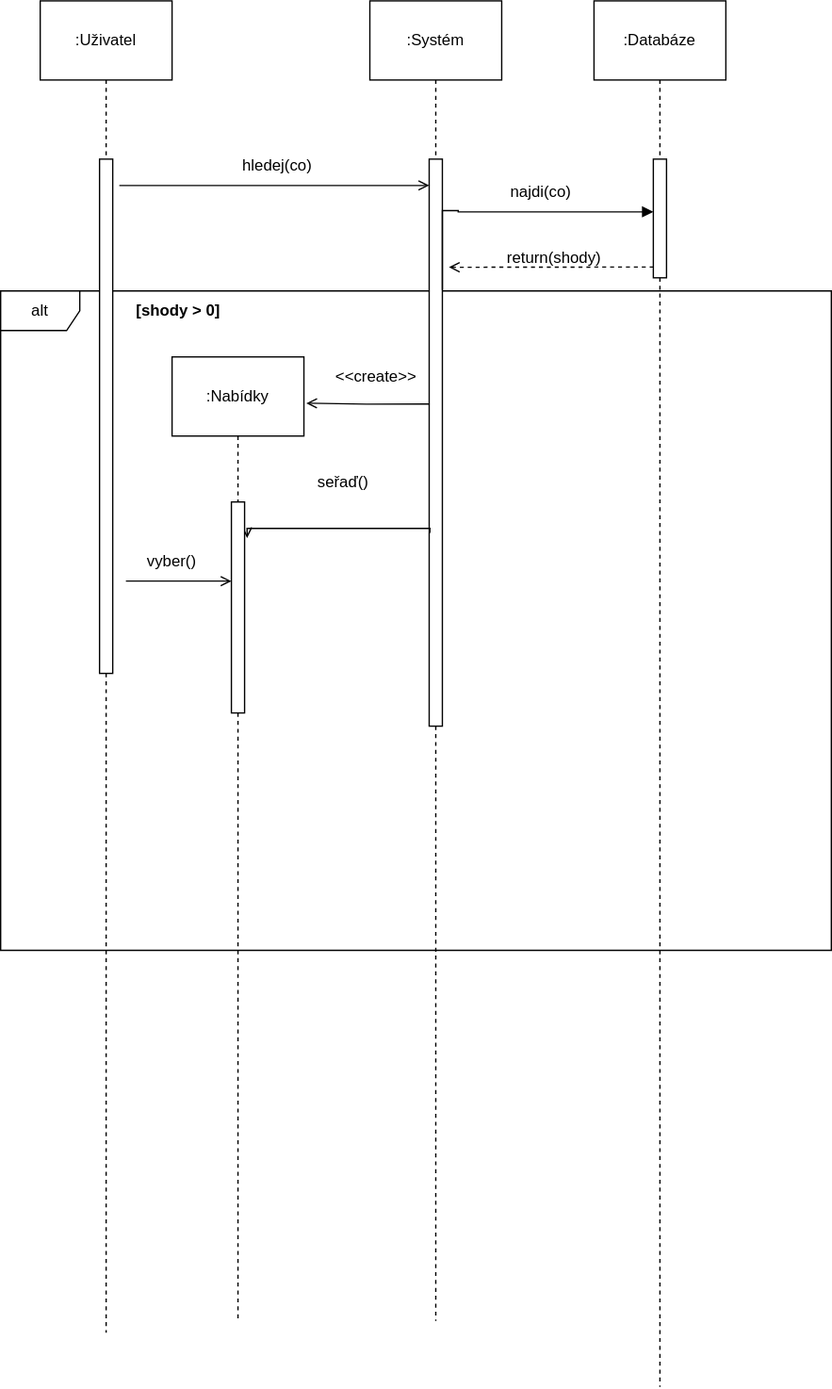
Earlier version of the draw.io export Custom Aplikace Sequence diagram.svg (TomasKelbasa/diagrams.net). Source tidied: cells renumbered, new cells last; positions are measured from the earlier drawing's top-left corner, leaving out a move shared by most shapes. Source of this version:
```xml
<mxGraphModel>
  <root>
    <mxCell id="0" />
    <mxCell id="1" parent="0" />
    <mxCell id="2" value="alt" style="shape=umlFrame;whiteSpace=wrap;html=1;" parent="1" vertex="1">
      <mxGeometry y="220" width="630" height="500" as="geometry" />
    </mxCell>
    <mxCell id="3" style="edgeStyle=orthogonalEdgeStyle;rounded=0;jettySize=auto;html=1;endArrow=none;endFill=0;dashed=1;startArrow=none;" parent="1" edge="1" source="9">
      <mxGeometry relative="1" as="geometry">
        <mxPoint x="80" y="1010" as="targetPoint" />
        <Array as="points">
          <mxPoint x="80" y="1011" />
        </Array>
      </mxGeometry>
    </mxCell>
    <mxCell id="4" value=":Uživatel" style="rounded=0;whiteSpace=wrap;html=1;" parent="1" vertex="1">
      <mxGeometry x="30" width="100" height="60" as="geometry" />
    </mxCell>
    <mxCell id="5" style="edgeStyle=orthogonalEdgeStyle;rounded=0;jettySize=auto;html=1;dashed=1;endArrow=none;endFill=0;startArrow=none;" parent="1" edge="1" source="12">
      <mxGeometry relative="1" as="geometry">
        <mxPoint x="330" y="1001" as="targetPoint" />
      </mxGeometry>
    </mxCell>
    <mxCell id="6" value=":Systém" style="rounded=0;whiteSpace=wrap;html=1;" parent="1" vertex="1">
      <mxGeometry x="280" width="100" height="60" as="geometry" />
    </mxCell>
    <mxCell id="7" style="edgeStyle=orthogonalEdgeStyle;rounded=0;jettySize=auto;html=1;endArrow=none;endFill=0;dashed=1;startArrow=none;" parent="1" edge="1" source="16">
      <mxGeometry relative="1" as="geometry">
        <mxPoint x="500" y="1051" as="targetPoint" />
      </mxGeometry>
    </mxCell>
    <mxCell id="8" value=":Databáze" style="rounded=0;whiteSpace=wrap;html=1;" parent="1" vertex="1">
      <mxGeometry x="450" width="100" height="60" as="geometry" />
    </mxCell>
    <mxCell id="9" style="rounded=0;whiteSpace=wrap;html=1;" parent="1" vertex="1">
      <mxGeometry x="75" y="120" width="10" height="390" as="geometry" />
    </mxCell>
    <mxCell id="10" style="edgeStyle=orthogonalEdgeStyle;rounded=0;jettySize=auto;html=1;endArrow=none;endFill=0;dashed=1;entryX=0.5;entryY=0;entryDx=0;entryDy=0;exitX=0.5;exitY=1;exitDx=0;exitDy=0;" parent="1" edge="1" source="4" target="9">
      <mxGeometry relative="1" as="geometry">
        <Array as="points">
          <mxPoint x="80" y="90" />
          <mxPoint x="80" y="90" />
        </Array>
      </mxGeometry>
    </mxCell>
    <mxCell id="11" style="edgeStyle=orthogonalEdgeStyle;rounded=0;jettySize=auto;html=1;entryX=1.018;entryY=0.585;entryDx=0;entryDy=0;startArrow=none;startFill=0;endArrow=open;endFill=0;entryPerimeter=0;exitX=-0.014;exitY=0.432;exitDx=0;exitDy=0;exitPerimeter=0;" parent="1" edge="1" source="12" target="23">
      <mxGeometry relative="1" as="geometry" />
    </mxCell>
    <mxCell id="12" style="rounded=0;whiteSpace=wrap;html=1;" parent="1" vertex="1">
      <mxGeometry x="325" y="120" width="10" height="430" as="geometry" />
    </mxCell>
    <mxCell id="13" style="edgeStyle=orthogonalEdgeStyle;rounded=0;jettySize=auto;html=1;dashed=1;endArrow=none;endFill=0;" parent="1" edge="1" source="6" target="12">
      <mxGeometry relative="1" as="geometry" />
    </mxCell>
    <mxCell id="14" style="endArrow=open;html=1;rounded=0;edgeStyle=orthogonalEdgeStyle;endFill=0;" parent="1" edge="1" target="12">
      <mxGeometry relative="1" as="geometry">
        <mxPoint x="90" y="140" as="sourcePoint" />
        <Array as="points">
          <mxPoint x="170" y="140" />
          <mxPoint x="170" y="140" />
        </Array>
      </mxGeometry>
    </mxCell>
    <mxCell id="15" value="hledej(co)" style="text;html=1;strokeColor=none;fillColor=none;align=center;verticalAlign=middle;whiteSpace=wrap;rounded=0;" parent="1" vertex="1">
      <mxGeometry x="180" y="110" width="60" height="30" as="geometry" />
    </mxCell>
    <mxCell id="16" style="rounded=0;whiteSpace=wrap;html=1;" parent="1" vertex="1">
      <mxGeometry x="495" y="120" width="10" height="90" as="geometry" />
    </mxCell>
    <mxCell id="17" style="edgeStyle=orthogonalEdgeStyle;rounded=0;jettySize=auto;html=1;endArrow=none;endFill=0;dashed=1;" parent="1" edge="1" source="8" target="16">
      <mxGeometry relative="1" as="geometry" />
    </mxCell>
    <mxCell id="18" style="endArrow=block;html=1;rounded=0;entryX=0;entryY=0.147;entryDx=0;entryDy=0;entryPerimeter=0;edgeStyle=orthogonalEdgeStyle;exitX=1;exitY=0.231;exitDx=0;exitDy=0;exitPerimeter=0;endFill=1;" parent="1" edge="1" source="12">
      <mxGeometry relative="1" as="geometry">
        <mxPoint x="495" y="160" as="targetPoint" />
        <Array as="points">
          <mxPoint x="347" y="159" />
        </Array>
      </mxGeometry>
    </mxCell>
    <mxCell id="19" value="najdi(co)" style="text;html=1;strokeColor=none;fillColor=none;align=center;verticalAlign=middle;whiteSpace=wrap;rounded=0;" parent="1" vertex="1">
      <mxGeometry x="370" y="130" width="80" height="30" as="geometry" />
    </mxCell>
    <mxCell id="20" style="endArrow=none;html=1;rounded=0;entryX=0.09;entryY=0.909;entryDx=0;entryDy=0;entryPerimeter=0;edgeStyle=orthogonalEdgeStyle;endFill=0;startArrow=open;startFill=0;dashed=1;" parent="1" edge="1" target="16">
      <mxGeometry relative="1" as="geometry">
        <mxPoint x="340" y="202" as="sourcePoint" />
        <Array as="points">
          <mxPoint x="350" y="202" />
          <mxPoint x="340" y="202" />
        </Array>
      </mxGeometry>
    </mxCell>
    <mxCell id="21" value="return(shody)" style="text;html=1;strokeColor=none;fillColor=none;align=center;verticalAlign=middle;whiteSpace=wrap;rounded=0;" parent="1" vertex="1">
      <mxGeometry x="390" y="180" width="60" height="30" as="geometry" />
    </mxCell>
    <mxCell id="22" style="edgeStyle=orthogonalEdgeStyle;rounded=0;jettySize=auto;html=1;startArrow=none;startFill=0;endArrow=none;endFill=0;dashed=1;" parent="1" edge="1" source="29">
      <mxGeometry relative="1" as="geometry">
        <mxPoint x="180" y="1001.7" as="targetPoint" />
      </mxGeometry>
    </mxCell>
    <mxCell id="23" value=":Nabídky" style="rounded=0;whiteSpace=wrap;html=1;" parent="1" vertex="1">
      <mxGeometry x="130" y="270" width="100" height="60" as="geometry" />
    </mxCell>
    <mxCell id="24" value="&amp;lt;&amp;lt;create&amp;gt;&amp;gt;" style="text;html=1;strokeColor=none;fillColor=none;align=center;verticalAlign=middle;whiteSpace=wrap;rounded=0;" parent="1" vertex="1">
      <mxGeometry x="230" y="270" width="110" height="30" as="geometry" />
    </mxCell>
    <mxCell id="25" style="endArrow=none;html=1;rounded=0;exitX=1.193;exitY=0.171;exitDx=0;exitDy=0;exitPerimeter=0;edgeStyle=orthogonalEdgeStyle;endFill=0;entryX=0.055;entryY=0.659;entryDx=0;entryDy=0;entryPerimeter=0;startArrow=open;startFill=0;" parent="1" edge="1" source="29" target="12">
      <mxGeometry relative="1" as="geometry">
        <Array as="points">
          <mxPoint x="187" y="400" />
          <mxPoint x="326" y="400" />
        </Array>
      </mxGeometry>
    </mxCell>
    <mxCell id="26" value="seřaď()" style="text;html=1;strokeColor=none;fillColor=none;align=center;verticalAlign=middle;whiteSpace=wrap;rounded=0;" parent="1" vertex="1">
      <mxGeometry x="230" y="350" width="60" height="30" as="geometry" />
    </mxCell>
    <mxCell id="27" style="endArrow=open;html=1;rounded=0;edgeStyle=orthogonalEdgeStyle;endFill=0;" parent="1" edge="1">
      <mxGeometry relative="1" as="geometry">
        <mxPoint x="95" y="440" as="sourcePoint" />
        <mxPoint x="175" y="440" as="targetPoint" />
        <Array as="points">
          <mxPoint x="175" y="440" />
          <mxPoint x="175" y="440" />
        </Array>
      </mxGeometry>
    </mxCell>
    <mxCell id="28" value="vyber()" style="text;html=1;strokeColor=none;fillColor=none;align=center;verticalAlign=middle;whiteSpace=wrap;rounded=0;" parent="1" vertex="1">
      <mxGeometry x="100" y="410" width="60" height="30" as="geometry" />
    </mxCell>
    <mxCell id="29" style="rounded=0;whiteSpace=wrap;html=1;" parent="1" vertex="1">
      <mxGeometry x="175" y="380" width="10" height="160" as="geometry" />
    </mxCell>
    <mxCell id="30" style="edgeStyle=orthogonalEdgeStyle;rounded=0;jettySize=auto;html=1;startArrow=none;startFill=0;endArrow=none;endFill=0;dashed=1;" parent="1" edge="1" source="23" target="29">
      <mxGeometry relative="1" as="geometry" />
    </mxCell>
    <mxCell id="31" value="&lt;b&gt;[shody &amp;gt; 0]&lt;/b&gt;" style="text;html=1;strokeColor=none;fillColor=none;align=center;verticalAlign=middle;whiteSpace=wrap;rounded=0;" parent="1" vertex="1">
      <mxGeometry x="75" y="220" width="120" height="30" as="geometry" />
    </mxCell>
  </root>
</mxGraphModel>
```
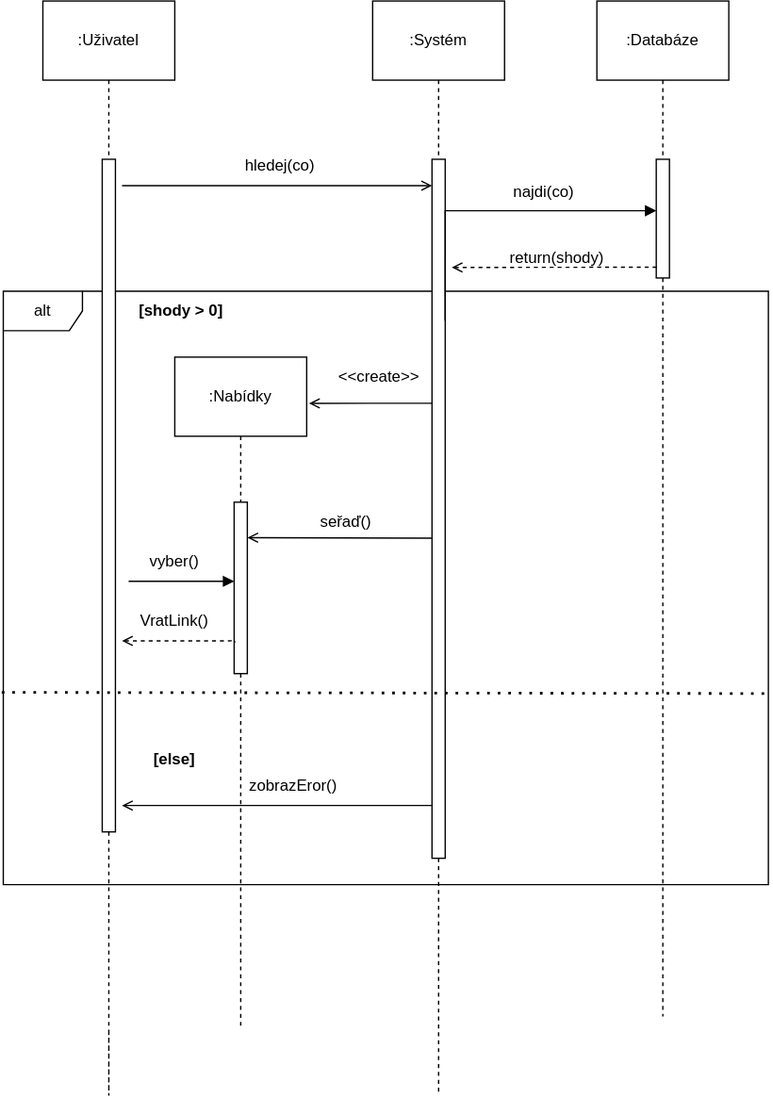
The same file after the commit.

The edit, as a diff of the source:
```diff
@@ -3,13 +3,14 @@
     <mxCell id="0" />
     <mxCell id="1" parent="0" />
     <mxCell id="2" value="alt" style="shape=umlFrame;whiteSpace=wrap;html=1;" parent="1" vertex="1">
-      <mxGeometry y="220" width="630" height="500" as="geometry" />
+      <mxGeometry y="220" width="580" height="450" as="geometry" />
     </mxCell>
     <mxCell id="3" style="edgeStyle=orthogonalEdgeStyle;rounded=0;jettySize=auto;html=1;endArrow=none;endFill=0;dashed=1;startArrow=none;" parent="1" edge="1" source="9">
       <mxGeometry relative="1" as="geometry">
-        <mxPoint x="80" y="1010" as="targetPoint" />
+        <mxPoint x="80" y="780" as="targetPoint" />
         <Array as="points">
-          <mxPoint x="80" y="1011" />
+          <mxPoint x="80" y="830" />
+          <mxPoint x="80" y="830" />
         </Array>
       </mxGeometry>
     </mxCell>
@@ -18,7 +19,7 @@
     </mxCell>
     <mxCell id="5" style="edgeStyle=orthogonalEdgeStyle;rounded=0;jettySize=auto;html=1;dashed=1;endArrow=none;endFill=0;startArrow=none;" parent="1" edge="1" source="12">
       <mxGeometry relative="1" as="geometry">
-        <mxPoint x="330" y="1001" as="targetPoint" />
+        <mxPoint x="330" y="830" as="targetPoint" />
       </mxGeometry>
     </mxCell>
     <mxCell id="6" value=":Systém" style="rounded=0;whiteSpace=wrap;html=1;" parent="1" vertex="1">
@@ -26,14 +27,14 @@
     </mxCell>
     <mxCell id="7" style="edgeStyle=orthogonalEdgeStyle;rounded=0;jettySize=auto;html=1;endArrow=none;endFill=0;dashed=1;startArrow=none;" parent="1" edge="1" source="16">
       <mxGeometry relative="1" as="geometry">
-        <mxPoint x="500" y="1051" as="targetPoint" />
+        <mxPoint x="500" y="770" as="targetPoint" />
       </mxGeometry>
     </mxCell>
     <mxCell id="8" value=":Databáze" style="rounded=0;whiteSpace=wrap;html=1;" parent="1" vertex="1">
       <mxGeometry x="450" width="100" height="60" as="geometry" />
     </mxCell>
     <mxCell id="9" style="rounded=0;whiteSpace=wrap;html=1;" parent="1" vertex="1">
-      <mxGeometry x="75" y="120" width="10" height="390" as="geometry" />
+      <mxGeometry x="75" y="120" width="10" height="510" as="geometry" />
     </mxCell>
     <mxCell id="10" style="edgeStyle=orthogonalEdgeStyle;rounded=0;jettySize=auto;html=1;endArrow=none;endFill=0;dashed=1;entryX=0.5;entryY=0;entryDx=0;entryDy=0;exitX=0.5;exitY=1;exitDx=0;exitDy=0;" parent="1" edge="1" source="4" target="9">
       <mxGeometry relative="1" as="geometry">
@@ -43,11 +44,11 @@
         </Array>
       </mxGeometry>
     </mxCell>
-    <mxCell id="11" style="edgeStyle=orthogonalEdgeStyle;rounded=0;jettySize=auto;html=1;entryX=1.018;entryY=0.585;entryDx=0;entryDy=0;startArrow=none;startFill=0;endArrow=open;endFill=0;entryPerimeter=0;exitX=-0.014;exitY=0.432;exitDx=0;exitDy=0;exitPerimeter=0;" parent="1" edge="1" source="12" target="23">
+    <mxCell id="11" style="edgeStyle=orthogonalEdgeStyle;rounded=0;jettySize=auto;html=1;entryX=1.018;entryY=0.585;entryDx=0;entryDy=0;startArrow=none;startFill=0;endArrow=open;endFill=0;entryPerimeter=0;exitX=0.5;exitY=0.349;exitDx=0;exitDy=0;exitPerimeter=0;" parent="1" edge="1" source="12" target="23">
       <mxGeometry relative="1" as="geometry" />
     </mxCell>
     <mxCell id="12" style="rounded=0;whiteSpace=wrap;html=1;" parent="1" vertex="1">
-      <mxGeometry x="325" y="120" width="10" height="430" as="geometry" />
+      <mxGeometry x="325" y="120" width="10" height="530" as="geometry" />
     </mxCell>
     <mxCell id="13" style="edgeStyle=orthogonalEdgeStyle;rounded=0;jettySize=auto;html=1;dashed=1;endArrow=none;endFill=0;" parent="1" edge="1" source="6" target="12">
       <mxGeometry relative="1" as="geometry" />
@@ -70,11 +71,12 @@
     <mxCell id="17" style="edgeStyle=orthogonalEdgeStyle;rounded=0;jettySize=auto;html=1;endArrow=none;endFill=0;dashed=1;" parent="1" edge="1" source="8" target="16">
       <mxGeometry relative="1" as="geometry" />
     </mxCell>
-    <mxCell id="18" style="endArrow=block;html=1;rounded=0;entryX=0;entryY=0.147;entryDx=0;entryDy=0;entryPerimeter=0;edgeStyle=orthogonalEdgeStyle;exitX=1;exitY=0.231;exitDx=0;exitDy=0;exitPerimeter=0;endFill=1;" parent="1" edge="1" source="12">
+    <mxCell id="18" style="endArrow=block;html=1;rounded=0;edgeStyle=orthogonalEdgeStyle;exitX=1;exitY=0.231;exitDx=0;exitDy=0;exitPerimeter=0;endFill=1;" parent="1" edge="1" source="12" target="16">
       <mxGeometry relative="1" as="geometry">
-        <mxPoint x="495" y="160" as="targetPoint" />
         <Array as="points">
-          <mxPoint x="347" y="159" />
+          <mxPoint x="335" y="159" />
+          <mxPoint x="490" y="159" />
+          <mxPoint x="490" y="160" />
         </Array>
       </mxGeometry>
     </mxCell>
@@ -95,7 +97,7 @@
     </mxCell>
     <mxCell id="22" style="edgeStyle=orthogonalEdgeStyle;rounded=0;jettySize=auto;html=1;startArrow=none;startFill=0;endArrow=none;endFill=0;dashed=1;" parent="1" edge="1" source="29">
       <mxGeometry relative="1" as="geometry">
-        <mxPoint x="180" y="1001.7" as="targetPoint" />
+        <mxPoint x="180" y="780" as="targetPoint" />
       </mxGeometry>
     </mxCell>
     <mxCell id="23" value=":Nabídky" style="rounded=0;whiteSpace=wrap;html=1;" parent="1" vertex="1">
@@ -104,18 +106,17 @@
     <mxCell id="24" value="&amp;lt;&amp;lt;create&amp;gt;&amp;gt;" style="text;html=1;strokeColor=none;fillColor=none;align=center;verticalAlign=middle;whiteSpace=wrap;rounded=0;" parent="1" vertex="1">
       <mxGeometry x="230" y="270" width="110" height="30" as="geometry" />
     </mxCell>
-    <mxCell id="25" style="endArrow=none;html=1;rounded=0;exitX=1.193;exitY=0.171;exitDx=0;exitDy=0;exitPerimeter=0;edgeStyle=orthogonalEdgeStyle;endFill=0;entryX=0.055;entryY=0.659;entryDx=0;entryDy=0;entryPerimeter=0;startArrow=open;startFill=0;" parent="1" edge="1" source="29" target="12">
+    <mxCell id="25" style="endArrow=none;html=1;rounded=0;exitX=1.006;exitY=0.207;exitDx=0;exitDy=0;exitPerimeter=0;edgeStyle=orthogonalEdgeStyle;endFill=0;startArrow=open;startFill=0;entryX=0.021;entryY=0.542;entryDx=0;entryDy=0;entryPerimeter=0;" parent="1" edge="1" source="29" target="12">
       <mxGeometry relative="1" as="geometry">
         <Array as="points">
-          <mxPoint x="187" y="400" />
-          <mxPoint x="326" y="400" />
+          <mxPoint x="325" y="407" />
         </Array>
       </mxGeometry>
     </mxCell>
     <mxCell id="26" value="seřaď()" style="text;html=1;strokeColor=none;fillColor=none;align=center;verticalAlign=middle;whiteSpace=wrap;rounded=0;" parent="1" vertex="1">
-      <mxGeometry x="230" y="350" width="60" height="30" as="geometry" />
+      <mxGeometry x="230" y="380" width="60" height="30" as="geometry" />
     </mxCell>
-    <mxCell id="27" style="endArrow=open;html=1;rounded=0;edgeStyle=orthogonalEdgeStyle;endFill=0;" parent="1" edge="1">
+    <mxCell id="27" style="endArrow=block;html=1;rounded=0;edgeStyle=orthogonalEdgeStyle;endFill=1;" parent="1" edge="1">
       <mxGeometry relative="1" as="geometry">
         <mxPoint x="95" y="440" as="sourcePoint" />
         <mxPoint x="175" y="440" as="targetPoint" />
@@ -129,7 +130,7 @@
       <mxGeometry x="100" y="410" width="60" height="30" as="geometry" />
     </mxCell>
     <mxCell id="29" style="rounded=0;whiteSpace=wrap;html=1;" parent="1" vertex="1">
-      <mxGeometry x="175" y="380" width="10" height="160" as="geometry" />
+      <mxGeometry x="175" y="380" width="10" height="130" as="geometry" />
     </mxCell>
     <mxCell id="30" style="edgeStyle=orthogonalEdgeStyle;rounded=0;jettySize=auto;html=1;startArrow=none;startFill=0;endArrow=none;endFill=0;dashed=1;" parent="1" edge="1" source="23" target="29">
       <mxGeometry relative="1" as="geometry" />
@@ -137,5 +138,36 @@
     <mxCell id="31" value="&lt;b&gt;[shody &amp;gt; 0]&lt;/b&gt;" style="text;html=1;strokeColor=none;fillColor=none;align=center;verticalAlign=middle;whiteSpace=wrap;rounded=0;" parent="1" vertex="1">
       <mxGeometry x="75" y="220" width="120" height="30" as="geometry" />
     </mxCell>
+    <mxCell id="32" style="endArrow=none;html=1;rounded=0;edgeStyle=orthogonalEdgeStyle;endFill=0;startArrow=open;startFill=0;dashed=1;entryX=0.072;entryY=0.817;entryDx=0;entryDy=0;entryPerimeter=0;" parent="1" edge="1" target="29">
+      <mxGeometry relative="1" as="geometry">
+        <mxPoint x="90" y="485.2" as="sourcePoint" />
+        <Array as="points">
+          <mxPoint x="170" y="485" />
+          <mxPoint x="176" y="485" />
+        </Array>
+      </mxGeometry>
+    </mxCell>
+    <mxCell id="33" value="VratLink()" style="text;html=1;strokeColor=none;fillColor=none;align=center;verticalAlign=middle;whiteSpace=wrap;rounded=0;" parent="1" vertex="1">
+      <mxGeometry x="100" y="455" width="60" height="30" as="geometry" />
+    </mxCell>
+    <mxCell id="34" style="endArrow=none;dashed=1;html=1;dashPattern=1 3;strokeWidth=2;rounded=0;exitX=-0.002;exitY=0.676;exitDx=0;exitDy=0;exitPerimeter=0;entryX=1.003;entryY=0.678;entryDx=0;entryDy=0;entryPerimeter=0;" parent="1" edge="1" source="2" target="2">
+      <mxGeometry relative="1" as="geometry" />
+    </mxCell>
+    <mxCell id="35" value="&lt;b&gt;[else]&lt;/b&gt;" style="text;html=1;strokeColor=none;fillColor=none;align=center;verticalAlign=middle;whiteSpace=wrap;rounded=0;" parent="1" vertex="1">
+      <mxGeometry x="70" y="560" width="120" height="30" as="geometry" />
+    </mxCell>
+    <mxCell id="36" style="endArrow=none;html=1;rounded=0;edgeStyle=orthogonalEdgeStyle;endFill=0;startArrow=open;startFill=0;" parent="1" edge="1">
+      <mxGeometry relative="1" as="geometry">
+        <mxPoint x="90" y="610" as="sourcePoint" />
+        <mxPoint x="325" y="610" as="targetPoint" />
+        <Array as="points">
+          <mxPoint x="170" y="610" />
+          <mxPoint x="170" y="610" />
+        </Array>
+      </mxGeometry>
+    </mxCell>
+    <mxCell id="37" value="zobrazEror()" style="text;html=1;strokeColor=none;fillColor=none;align=center;verticalAlign=middle;whiteSpace=wrap;rounded=0;" parent="1" vertex="1">
+      <mxGeometry x="190" y="580" width="60" height="30" as="geometry" />
+    </mxCell>
   </root>
 </mxGraphModel>
```
